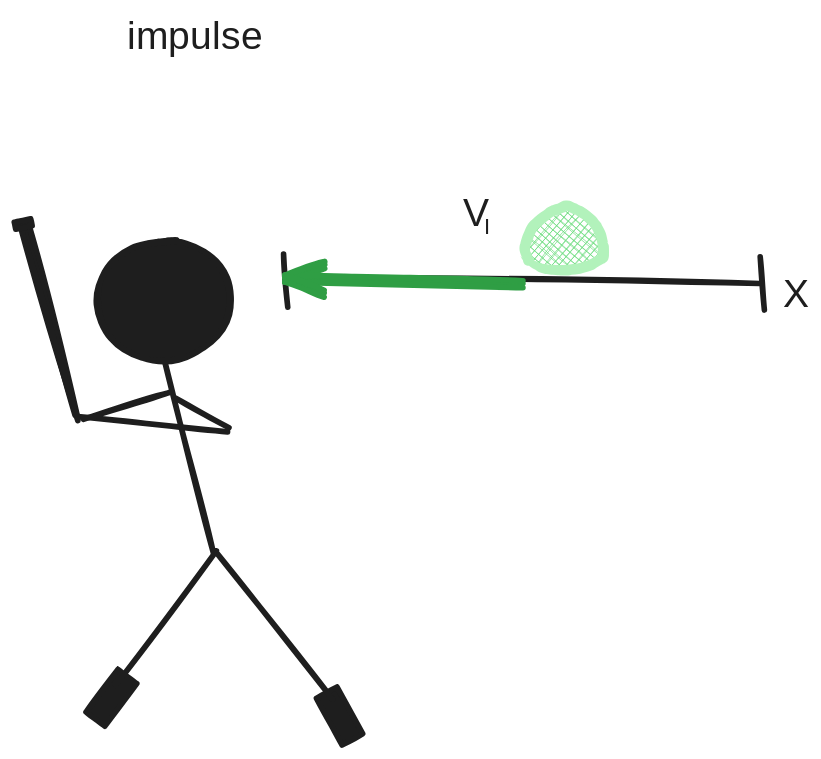
Area-53-Robotics/53D-Notebook-Over-Under-2023-2024 keeps this Excalidraw diagram as entries/intake-1/understand/Impulse 1.excalidraw.svg. Above is the earlier version. Source tidied: one line per element, renumbered; positions are measured from the earlier drawing's top-left corner, leaving out a move shared by most shapes. The source it was exported from:
```json
{"id": 0, "type": "rectangle", "strokeColor": "#1e1e1e", "angle": 0.64, "backgroundColor": "#1e1e1e", "fillStyle": "solid", "strokeWidth": 4, "roughness": 1, "x": 61, "y": 470, "width": 17, "height": 38}
{"id": 1, "type": "rectangle", "strokeColor": "#1e1e1e", "angle": 5.78, "backgroundColor": "#1e1e1e", "fillStyle": "solid", "strokeWidth": 4, "roughness": 1, "x": 224, "y": 483, "width": 17, "height": 38}
{"id": 2, "type": "line", "strokeColor": "#1e1e1e", "backgroundColor": "#1e1e1e", "fillStyle": "solid", "strokeWidth": 4, "roughness": 1, "x": 72, "y": 480, "width": 72, "height": 96, "points": [[0, 0], [72, -96]]}
{"id": 3, "type": "line", "strokeColor": "#1e1e1e", "backgroundColor": "#1e1e1e", "fillStyle": "solid", "strokeWidth": 4, "roughness": 1, "x": 143, "y": 384, "width": 84, "height": 106, "points": [[0, 0], [84, 106]]}
{"id": 4, "type": "line", "strokeColor": "#1e1e1e", "backgroundColor": "#1e1e1e", "fillStyle": "solid", "strokeWidth": 4, "roughness": 1, "x": 142, "y": 386, "width": 37, "height": 146, "points": [[0, 0], [-37, -146]]}
{"id": 5, "type": "line", "strokeColor": "#1e1e1e", "backgroundColor": "#1e1e1e", "fillStyle": "solid", "strokeWidth": 4, "roughness": 1, "x": 115, "y": 275, "width": 38, "height": 21, "points": [[0, 0], [38, 21]]}
{"id": 6, "type": "line", "strokeColor": "#1e1e1e", "backgroundColor": "#1e1e1e", "fillStyle": "solid", "strokeWidth": 4, "roughness": 1, "x": 152, "y": 299, "width": 107, "height": 11, "points": [[0, 0], [-107, -11]]}
{"id": 7, "type": "line", "strokeColor": "#1e1e1e", "backgroundColor": "#1e1e1e", "fillStyle": "solid", "strokeWidth": 4, "roughness": 1, "x": 110, "y": 271, "width": 61, "height": 19, "points": [[0, 0], [-61, 19]]}
{"id": 8, "type": "ellipse", "strokeColor": "#1e1e1e", "backgroundColor": "#1e1e1e", "fillStyle": "solid", "strokeWidth": 4, "roughness": 1, "x": 59, "y": 162, "width": 95, "height": 86}
{"id": 9, "type": "line", "strokeColor": "#1e1e1e", "backgroundColor": "#1e1e1e", "fillStyle": "solid", "strokeWidth": 4, "roughness": 1, "x": 45, "y": 290, "width": 36, "height": 135, "points": [[0, 0], [-36, -135]]}
{"id": 10, "type": "line", "strokeColor": "#1e1e1e", "backgroundColor": "#1e1e1e", "fillStyle": "solid", "strokeWidth": 4, "roughness": 1, "x": 45, "y": 289, "width": 34, "height": 135, "points": [[0, 0], [-34, -135]]}
{"id": 11, "type": "line", "strokeColor": "#1e1e1e", "backgroundColor": "#1e1e1e", "fillStyle": "solid", "strokeWidth": 4, "roughness": 1, "x": 43, "y": 287, "width": 36, "height": 129, "points": [[0, 0], [-36, -129]]}
{"id": 12, "type": "line", "strokeColor": "#1e1e1e", "backgroundColor": "#1e1e1e", "fillStyle": "solid", "strokeWidth": 4, "roughness": 1, "x": 44, "y": 287, "width": 39, "height": 137, "points": [[0, 0], [-39, -137]]}
{"id": 13, "type": "line", "strokeColor": "#1e1e1e", "backgroundColor": "#1e1e1e", "fillStyle": "solid", "strokeWidth": 4, "roughness": 1, "x": 45, "y": 291, "width": 40, "height": 135, "points": [[0, 0], [-40, -135]]}
{"id": 14, "type": "rectangle", "strokeColor": "#1e1e1e", "angle": 6.07, "backgroundColor": "#1e1e1e", "fillStyle": "solid", "strokeWidth": 4, "roughness": 1, "x": 0, "y": 148, "width": 12, "height": 5}
{"id": 15, "type": "freedraw", "strokeColor": "#b2f2bb", "backgroundColor": "#69db7c", "fillStyle": "cross-hatch", "strokeWidth": 1, "roughness": 1, "x": 384, "y": 489, "width": 56, "height": 46, "points": [[-16, -313], [-11, -309], [-4, -307], [5, -306], [13, -306], [22, -308], [30, -311], [35, -313], [37, -317], [37, -323], [36, -328], [34, -334], [31, -339], [26, -344], [20, -348], [15, -351], [9, -352], [2, -349], [-5, -345], [-10, -340], [-14, -336], [-17, -330], [-19, -323], [-19, -318], [-17, -314]]}
{"id": 16, "type": "line", "strokeColor": "#1e1e1e", "backgroundColor": "#1e1e1e", "fillStyle": "solid", "strokeWidth": 4, "roughness": 1, "x": 192, "y": 172, "width": 3, "height": 38, "points": [[0, 0], [3, 38]]}
{"id": 17, "type": "line", "strokeColor": "#1e1e1e", "backgroundColor": "#1e1e1e", "fillStyle": "solid", "strokeWidth": 4, "roughness": 1, "x": 195, "y": 189, "width": 337, "height": 4, "points": [[0, 0], [337, 4]]}
{"id": 18, "type": "line", "strokeColor": "#1e1e1e", "backgroundColor": "#1e1e1e", "fillStyle": "solid", "strokeWidth": 4, "roughness": 1, "x": 532, "y": 174, "width": 3, "height": 38, "points": [[0, 0], [3, 38]]}
{"id": 19, "type": "text", "text": "X", "strokeColor": "#1e1e1e", "backgroundColor": "#1e1e1e", "fillStyle": "solid", "strokeWidth": 4, "roughness": 1, "fontSize": 28, "fontFamily": 1, "x": 549, "y": 185, "width": 17, "height": 35}
{"id": 20, "type": "arrow", "strokeColor": "#2f9e44", "backgroundColor": "#1e1e1e", "fillStyle": "solid", "strokeWidth": 4, "roughness": 1, "endArrowhead": "arrow", "x": 363, "y": 193, "width": 170, "height": 4, "points": [[0, 0], [-170, -4]]}
{"id": 21, "type": "text", "text": "V", "strokeColor": "#1e1e1e", "backgroundColor": "#1e1e1e", "fillStyle": "solid", "strokeWidth": 4, "roughness": 1, "fontSize": 28, "fontFamily": 1, "x": 320, "y": 127, "width": 14, "height": 35}
{"id": 22, "type": "text", "text": "I", "strokeColor": "#1e1e1e", "backgroundColor": "#1e1e1e", "fillStyle": "solid", "strokeWidth": 4, "roughness": 1, "fontSize": 16, "fontFamily": 1, "x": 335, "y": 143, "width": 9, "height": 20}
{"id": 23, "type": "arrow", "strokeColor": "#2f9e44", "backgroundColor": "#1e1e1e", "fillStyle": "solid", "strokeWidth": 4, "roughness": 1, "endArrowhead": "arrow", "x": 363, "y": 196, "width": 170, "height": 4, "points": [[0, 0], [-170, -4]]}
{"id": 24, "type": "arrow", "strokeColor": "#2f9e44", "backgroundColor": "#1e1e1e", "fillStyle": "solid", "strokeWidth": 4, "roughness": 1, "endArrowhead": "arrow", "x": 363, "y": 191, "width": 170, "height": 4, "points": [[0, 0], [-170, -4]]}
{"id": 25, "type": "text", "text": "impulse", "strokeColor": "#1e1e1e", "backgroundColor": "#e9ecef", "fillStyle": "cross-hatch", "strokeWidth": 1, "roughness": 1, "fontSize": 28, "fontFamily": 1, "x": 80, "y": 0, "width": 91, "height": 35}
```
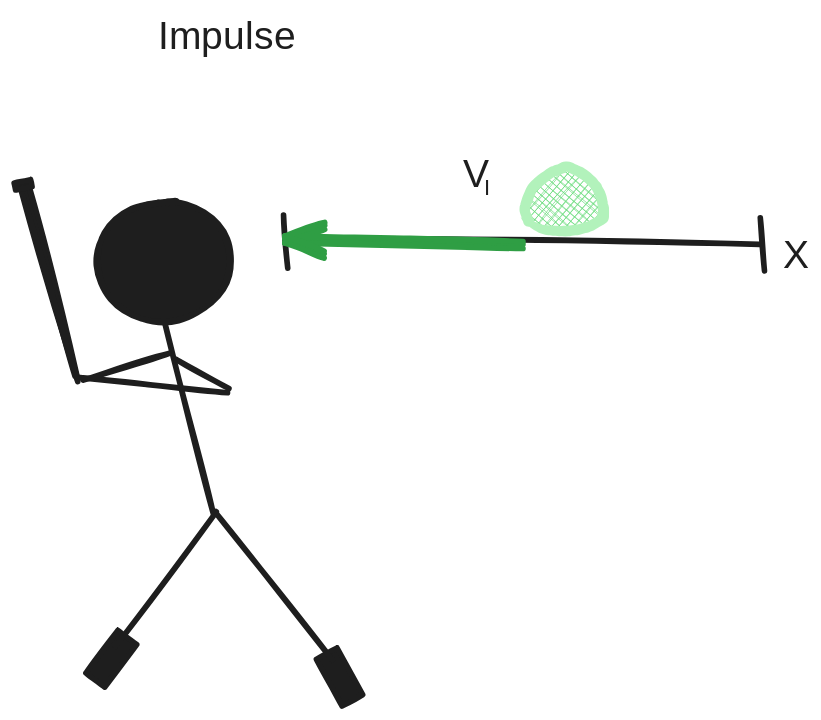
Above is the later version.

The edit, as a diff of the source:
```diff
@@ -23,4 +23,4 @@
 {"id": 22, "type": "text", "text": "I", "strokeColor": "#1e1e1e", "backgroundColor": "#1e1e1e", "fillStyle": "solid", "strokeWidth": 4, "roughness": 1, "fontSize": 16, "fontFamily": 1, "x": 335, "y": 143, "width": 9, "height": 20}
 {"id": 23, "type": "arrow", "strokeColor": "#2f9e44", "backgroundColor": "#1e1e1e", "fillStyle": "solid", "strokeWidth": 4, "roughness": 1, "endArrowhead": "arrow", "x": 363, "y": 196, "width": 170, "height": 4, "points": [[0, 0], [-170, -4]]}
 {"id": 24, "type": "arrow", "strokeColor": "#2f9e44", "backgroundColor": "#1e1e1e", "fillStyle": "solid", "strokeWidth": 4, "roughness": 1, "endArrowhead": "arrow", "x": 363, "y": 191, "width": 170, "height": 4, "points": [[0, 0], [-170, -4]]}
-{"id": 25, "type": "text", "text": "impulse", "strokeColor": "#1e1e1e", "backgroundColor": "#e9ecef", "fillStyle": "cross-hatch", "strokeWidth": 1, "roughness": 1, "fontSize": 28, "fontFamily": 1, "x": 80, "y": 0, "width": 91, "height": 35}
+{"id": 25, "type": "text", "text": "Impulse", "strokeColor": "#1e1e1e", "backgroundColor": "#e9ecef", "fillStyle": "cross-hatch", "strokeWidth": 1, "roughness": 1, "fontSize": 28, "fontFamily": 1, "x": 102, "y": 28, "width": 101, "height": 35}
```
